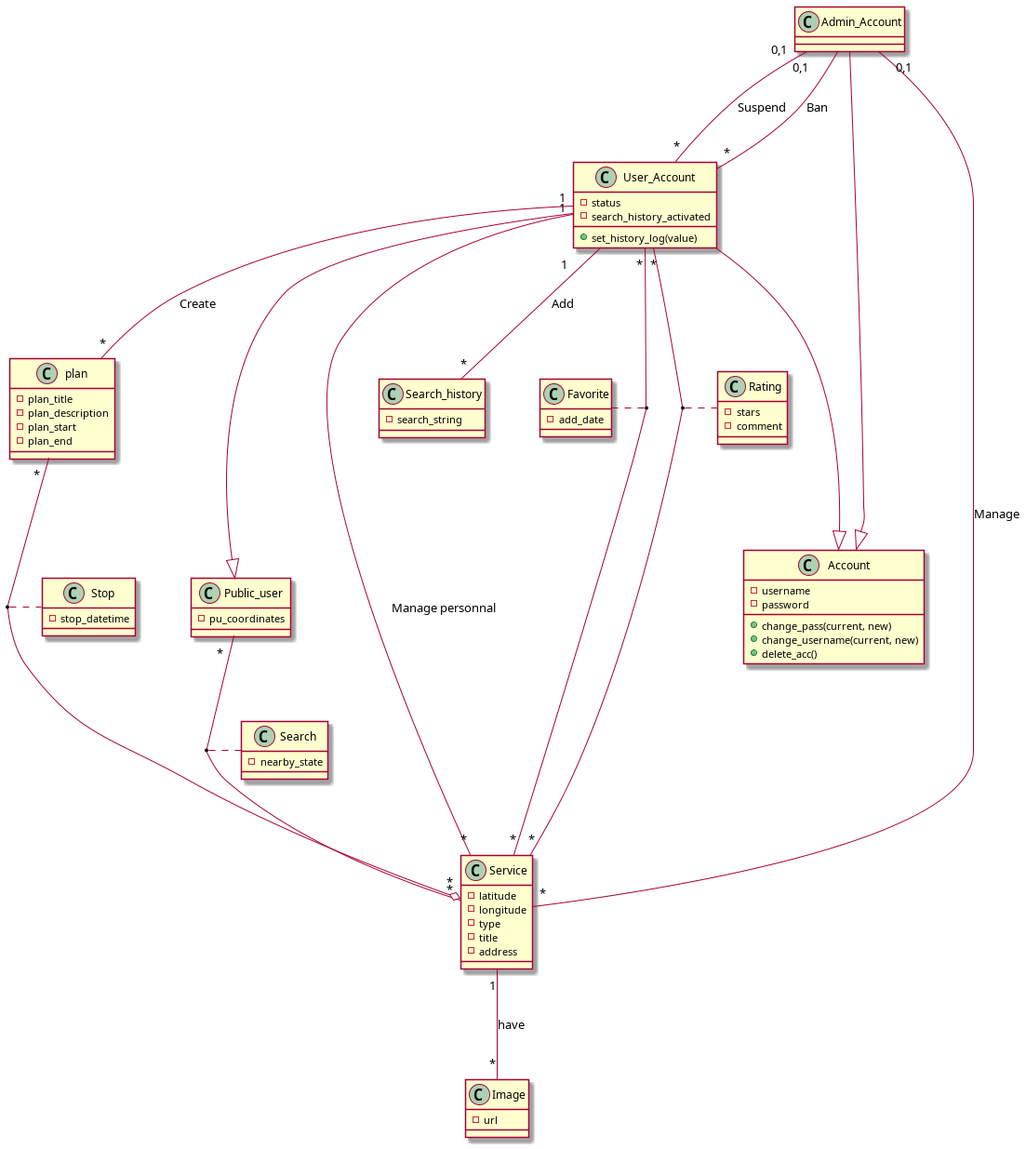
This is rapport/out/class/class_diag.png from techguyseli/touristy, a PlantUML export, as it was before one commit. Its diagram source:
```plantuml
@startuml class_diag

class Public_user
Public_user : -pu_coordinates
Public_user "*" -- "*" Service
(Public_user, Service) . Search

class Account
Account : -username
Account : -password
Account : +change_pass(current, new)
Account : +change_username(current, new)
Account : +delete_acc()

class Admin_Account
Admin_Account ---|> Account
Admin_Account "0,1" -- "*" User_Account : Suspend
Admin_Account "0,1" -- "*" User_Account : Ban
Admin_Account "0,1" -- "*" Service : Manage

class User_Account
User_Account : -status
User_Account : -search_history_activated
User_Account : +set_history_log(value)
User_Account ---|> Account
User_Account ---|> Public_user
User_Account "1" -- "*" plan : Create
User_Account "*" -- "*" Service
(User_Account, Service) . Favorite
User_Account "*" -- "*" Service
(User_Account, Service) . Rating
User_Account "1" -- "*" Search_history : Add
User_Account "1" -- "*" Service : Manage personnal

class Search
Search : -nearby_state

class Service
Service : -latitude
Service : -longitude
Service : -type
Service : -title
Service : -address
Service "1" -- "*" Image : have

class Search_history
Search_history : -search_string

class Image
Image : -url

class Stop
Stop : -stop_datetime

class plan
plan : -plan_title
plan : -plan_description
plan : -plan_start
plan : -plan_end
plan "*" --o "*" Service
(plan, Service) . Stop

class Favorite
Favorite : -add_date

class Rating
Rating : -stars
Rating : -comment


@enduml
```
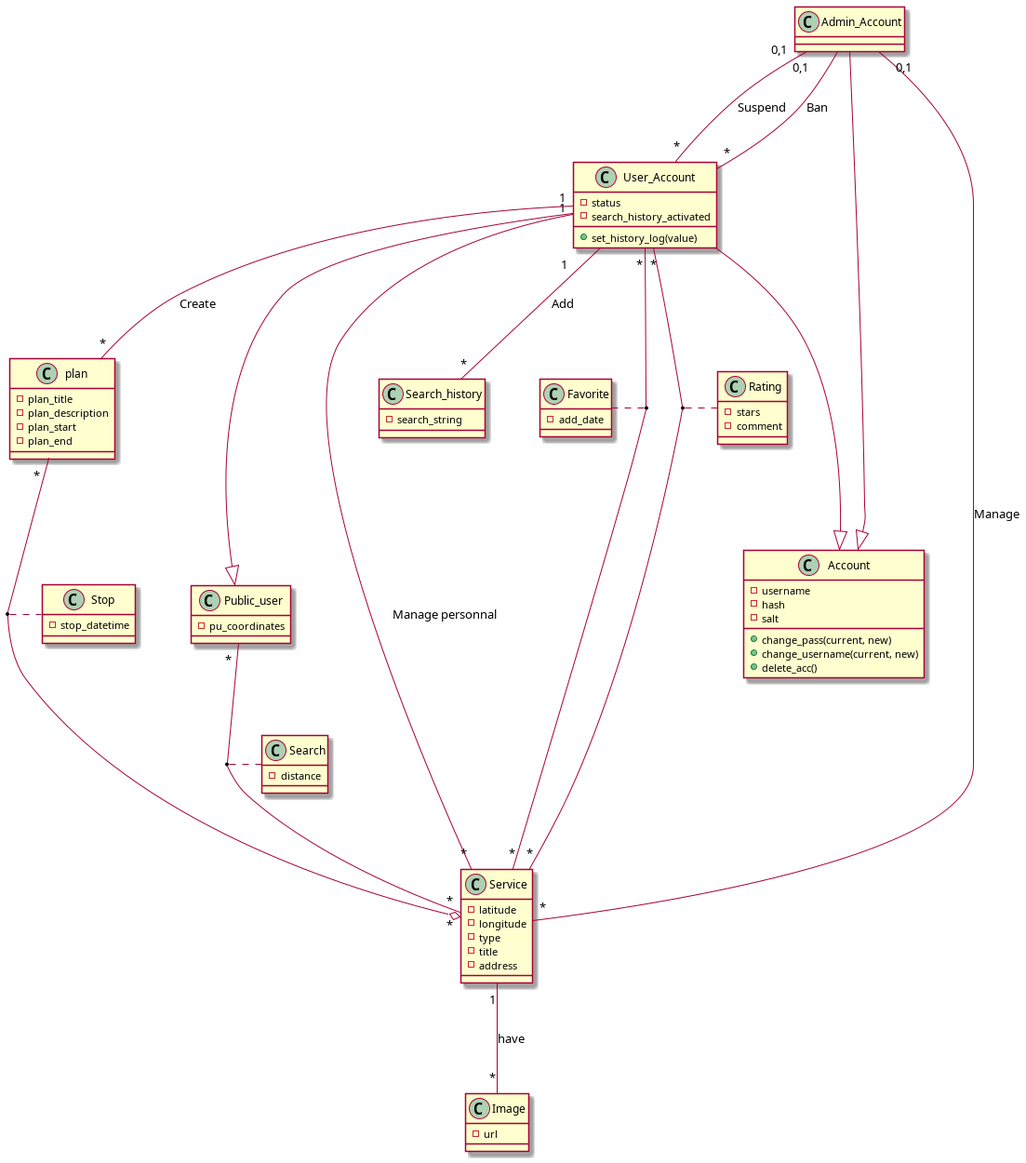
After the change.

Commit message:
refined class diagram and database script

What changed in the source:
```diff
@@ -7,7 +7,8 @@
 
 class Account
 Account : -username
-Account : -password
+Account : -hash
+Account : -salt
 Account : +change_pass(current, new)
 Account : +change_username(current, new)
 Account : +delete_acc()
@@ -33,7 +34,7 @@
 User_Account "1" -- "*" Service : Manage personnal
 
 class Search
-Search : -nearby_state
+Search : -distance
 
 class Service
 Service : -latitude
```
